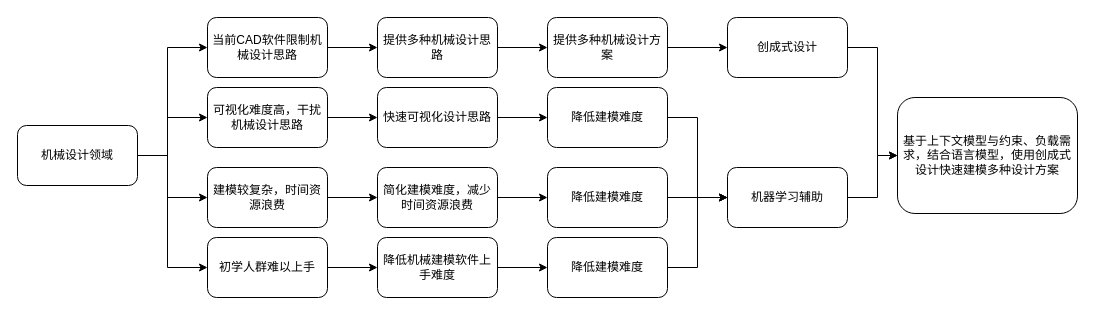
Before: 工程制图需求及解决方案探索.drawio in x1528045870/x1528045870, a draw.io diagram. Source tidied: cells renumbered, new cells numbered last; positions are measured from the earlier drawing's top-left corner, leaving out a move shared by most shapes. Both pictures are drawn from the tidied source at 100%, with x=0, y=0 at pixel (17, 17).
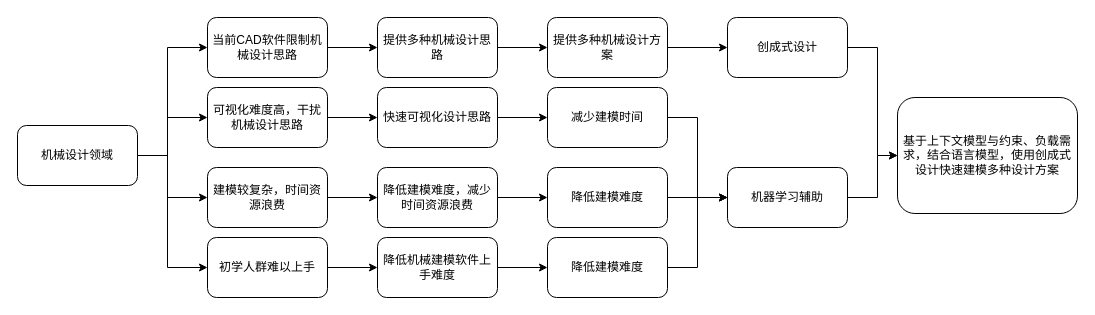
The same diagram, later.

Commit message (it also covers changes not shown here):
更新工程制图需求及解决方案探索.drawio

Change to the diagram source:
```diff
@@
-    <mxCell id="18" value="简化建模难度，减少时间资源浪费" style="rounded=1;whiteSpace=wrap;html=1;" parent="1" vertex="1">
+    <mxCell id="18" value="降低建模难度，减少时间资源浪费" style="rounded=1;whiteSpace=wrap;html=1;" parent="1" vertex="1">
       <mxGeometry x="360" y="150" width="120" height="60" as="geometry" />
     </mxCell>
@@
-    <mxCell id="23" value="降低建模难度" style="rounded=1;whiteSpace=wrap;html=1;" parent="1" vertex="1">
+    <mxCell id="23" value="减少建模时间" style="rounded=1;whiteSpace=wrap;html=1;" parent="1" vertex="1">
       <mxGeometry x="530" y="70" width="120" height="60" as="geometry" />
     </mxCell>
```
